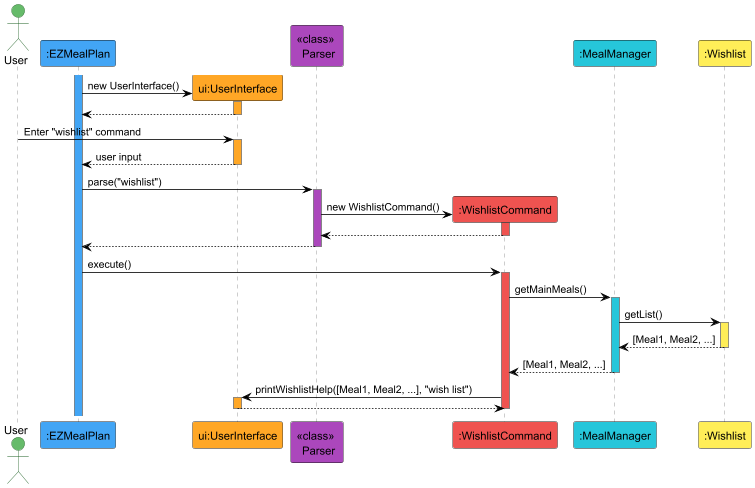
Above: docs/diagrams/WishlistCommand.png in wentuoc/tp (PlantUML), before the change.
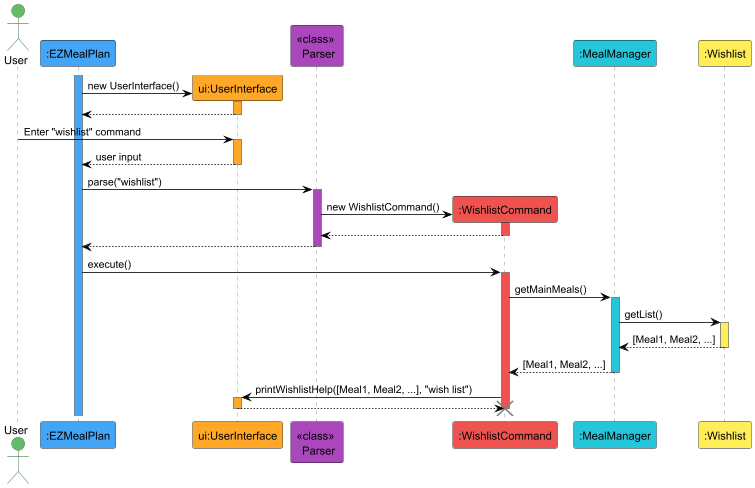
The same diagram one commit later.

What changed in the source:
```diff
@@ -58,4 +58,5 @@
 UI --> LC
 deactivate UI
 deactivate LC
+destroy LC
 @enduml
```
